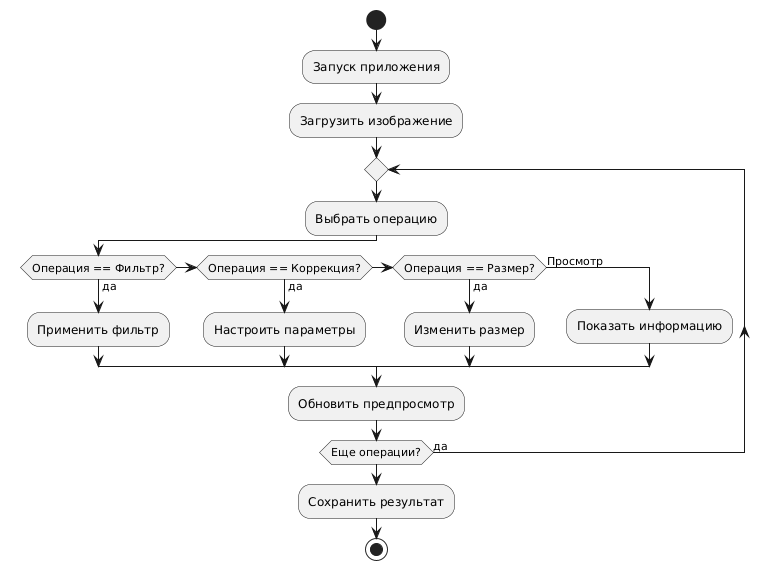
This is Report/Диаграммы/Activity.png from Work1Work2132/practice, a PlantUML export, as it was before one commit.
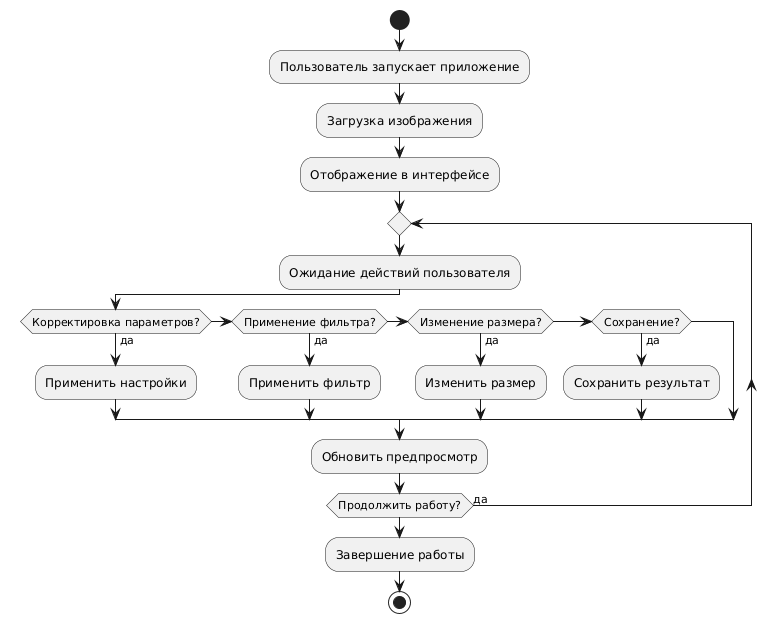
Above is the later version.

Change to the diagram source:
```diff
@@ -1,26 +1,25 @@
 @startuml
 start
-:Запуск приложения;
-
-:Загрузить изображение;
+:Пользователь запускает приложение;
+:Загрузка изображения;
+:Отображение в интерфейсе;
 
 repeat
-  :Выбрать операцию;
+  :Ожидание действий пользователя;
 
-  if (Операция == Фильтр?) then (да)
+  if (Корректировка параметров?) then (да)
+    :Применить настройки;
+  elseif (Применение фильтра?) then (да)
     :Применить фильтр;
-  else if (Операция == Коррекция?) then (да)
-    :Настроить параметры;
-  else if (Операция == Размер?) then (да)
+  elseif (Изменение размера?) then (да)
     :Изменить размер;
-  else (Просмотр)
-    :Показать информацию;
+  elseif (Сохранение?) then (да)
+    :Сохранить результат;
   endif
 
   :Обновить предпросмотр;
 
-repeat while (Еще операции?) is (да)
-
-:Сохранить результат;
+repeat while (Продолжить работу?) is (да)
+:Завершение работы;
 stop
 @enduml
```
